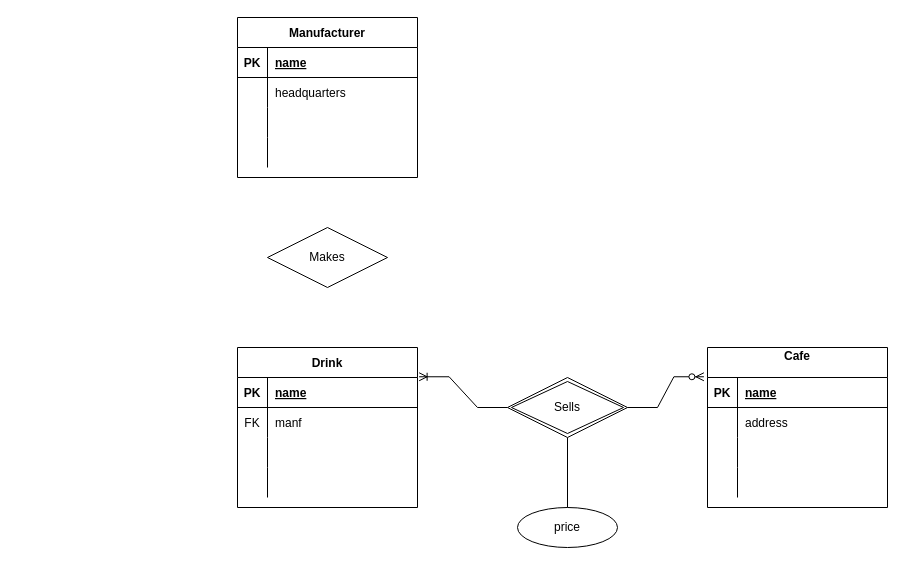
Above: cs348HW4.drawio in dMahra/UCIwineAnalysis (draw.io), before the change. Source tidied: cells renumbered, new cells numbered last; positions are measured from the earlier drawing's top-left corner, leaving out a move shared by most shapes. Both pictures are drawn from the tidied source at 100%, with x=0, y=0 at pixel (237, 17).
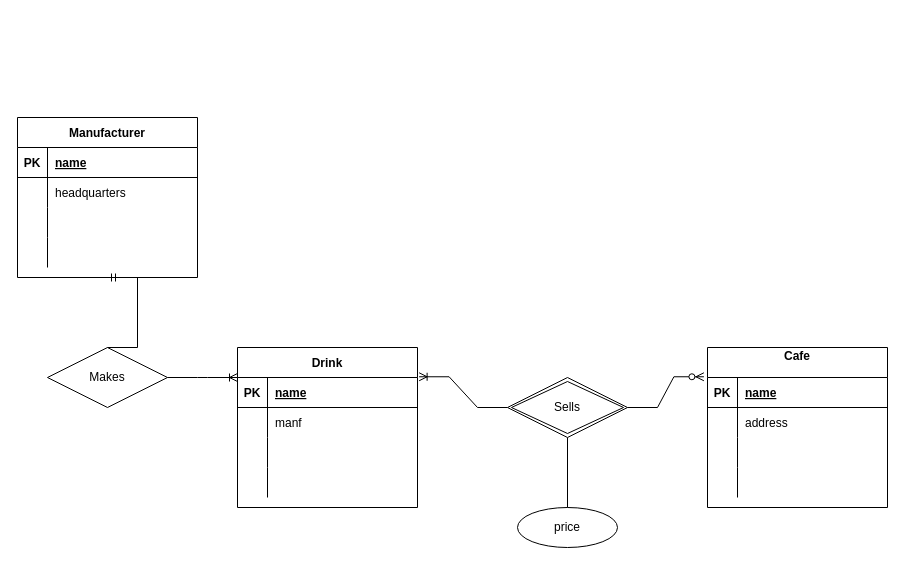
The same diagram, later.

Unchanged cells that the change refers to:
```xml
<mxCell id="19" style="shape=tableRow;horizontal=0;startSize=0;swimlaneHead=0;swimlaneBody=0;fillColor=none;top=0;left=0;right=0;bottom=0;" parent="15" vertex="1">
  <mxGeometry y="60" width="180" height="30" as="geometry" />
</mxCell>
```

Diff of the diagram source:
```diff
@@
     <mxCell id="2" value="Manufacturer" style="shape=table;startSize=30;childLayout=tableLayout;rowLines=0;fontStyle=1;align=center;" parent="1" vertex="1">
-      <mxGeometry width="180" height="160" as="geometry" />
+      <mxGeometry x="-220" y="100" width="180" height="160" as="geometry" />
     </mxCell>
@@
-    <mxCell id="20" value="FK" style="shape=partialRectangle;fillColor=none;top=0;left=0;bottom=0;right=0;overflow=hidden;" parent="19" vertex="1">
+    <mxCell id="20" style="shape=partialRectangle;fillColor=none;top=0;left=0;bottom=0;right=0;overflow=hidden;" parent="19" vertex="1">
       <mxGeometry width="30" height="30" as="geometry" />
     </mxCell>
@@
     <mxCell id="41" value="Makes" style="shape=rhombus;perimeter=rhombusPerimeter;whiteSpace=wrap;html=1;align=center;" parent="1" vertex="1">
-      <mxGeometry x="30" y="210" width="120" height="60" as="geometry" />
+      <mxGeometry x="-190" y="330" width="120" height="60" as="geometry" />
     </mxCell>
@@
+    <mxCell id="47" style="edgeStyle=entityRelationEdgeStyle;fontSize=12;html=1;endArrow=ERoneToMany;rounded=0;" parent="1" edge="1">
+      <mxGeometry relative="1" as="geometry">
+        <mxPoint x="-70" y="360" as="sourcePoint" />
+        <mxPoint y="360" as="targetPoint" />
+      </mxGeometry>
+    </mxCell>
+    <mxCell id="48" style="edgeStyle=entityRelationEdgeStyle;fontSize=12;html=1;endArrow=ERmandOne;rounded=0;exitX=0.5;exitY=0;exitDx=0;exitDy=0;entryX=0.5;entryY=1;entryDx=0;entryDy=0;" parent="1" edge="1" source="41" target="2">
+      <mxGeometry relative="1" as="geometry" />
+    </mxCell>
```
